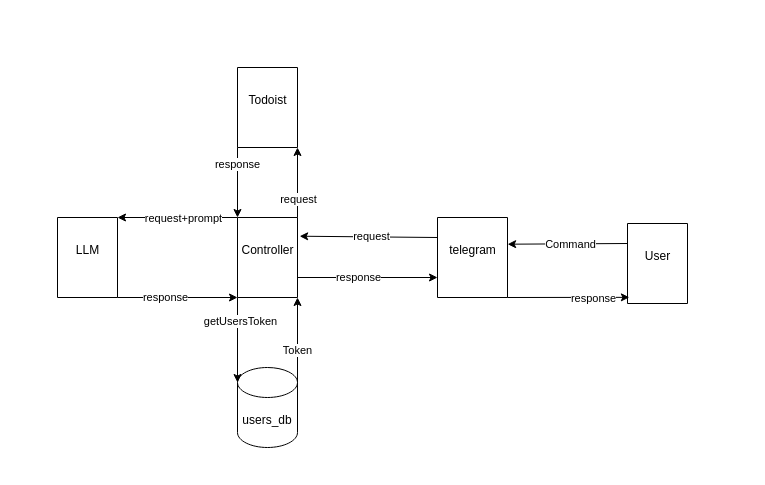
Before: TodoistBot.drawio in kargamant/TodoistBot, a draw.io diagram. Source tidied: cells renumbered, new cells numbered last; positions are measured from the earlier drawing's top-left corner, leaving out a move shared by most shapes. Both pictures are drawn from the tidied source at 100%, with x=0, y=0 at pixel (57, 67).
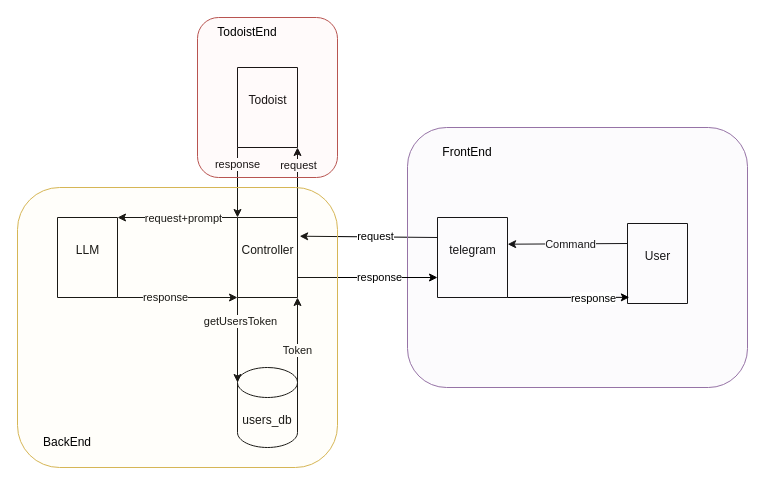
The same page after the edit.

Commit message:
Added sections to diagram

Unchanged cells that the change refers to:
```xml
<mxCell id="8" style="endArrow=classic;html=1;rounded=0;entryX=0.902;entryY=0.024;entryDx=0;entryDy=0;entryPerimeter=0;exitX=0;exitY=0.25;exitDx=0;exitDy=0;" parent="1" edge="1" source="4" target="7">
  <mxGeometry relative="1" as="geometry" />
</mxCell>
<mxCell id="19" style="endArrow=classic;html=1;rounded=0;exitX=1;exitY=0;exitDx=0;exitDy=0;entryX=1;entryY=1;entryDx=0;entryDy=0;" parent="1" edge="1" source="6" target="2">
  <mxGeometry relative="1" as="geometry" />
</mxCell>
<mxCell id="29" style="endArrow=classic;html=1;rounded=0;exitX=1;exitY=0.75;exitDx=0;exitDy=0;entryX=0;entryY=0.75;entryDx=0;entryDy=0;" parent="1" edge="1" source="6" target="4">
  <mxGeometry relative="1" as="geometry" />
</mxCell>
```

What changed in the source:
```diff
@@
     <mxCell id="9" value="request" style="edgeLabel;html=1;align=center;verticalAlign=middle;" parent="8" vertex="1">
       <mxGeometry x="-0.03" relative="1" as="geometry">
-        <mxPoint y="-1" as="offset" />
+        <mxPoint x="4" y="-1" as="offset" />
       </mxGeometry>
     </mxCell>
@@
     <mxCell id="20" value="request" style="edgeLabel;html=1;align=center;verticalAlign=middle;" parent="19" vertex="1">
       <mxGeometry x="-0.07" relative="1" as="geometry">
-        <mxPoint y="14" as="offset" />
+        <mxPoint y="-20" as="offset" />
       </mxGeometry>
     </mxCell>
@@
+    <mxCell id="33" style="rounded=1;whiteSpace=wrap;html=1;fillOpacity=10;fillColor=#e1d5e7;strokeColor=#9673a6;" parent="1" vertex="1">
+      <mxGeometry x="350" y="60" width="340" height="260" as="geometry" />
+    </mxCell>
@@
     <mxCell id="30" value="response" style="edgeLabel;html=1;align=center;verticalAlign=middle;" parent="29" vertex="1">
-      <mxGeometry x="-0.15" y="1" relative="1" as="geometry" />
+      <mxGeometry x="-0.15" y="1" relative="1" as="geometry">
+        <mxPoint x="21" as="offset" />
+      </mxGeometry>
     </mxCell>
@@
+    <mxCell id="34" value="FrontE&lt;span style=&quot;background-color: initial;&quot;&gt;nd&lt;/span&gt;" style="text;html=1;align=center;verticalAlign=middle;whiteSpace=wrap;rounded=0;" parent="1" vertex="1">
+      <mxGeometry x="380" y="70" width="60" height="30" as="geometry" />
+    </mxCell>
+    <mxCell id="35" style="rounded=1;whiteSpace=wrap;html=1;fillOpacity=10;fillColor=#fff2cc;strokeColor=#d6b656;" parent="1" vertex="1">
+      <mxGeometry x="-40" y="120" width="320" height="280" as="geometry" />
+    </mxCell>
+    <mxCell id="36" value="BackEnd" style="text;html=1;align=center;verticalAlign=middle;whiteSpace=wrap;rounded=0;" parent="1" vertex="1">
+      <mxGeometry x="-20" y="360" width="60" height="30" as="geometry" />
+    </mxCell>
+    <mxCell id="37" style="rounded=1;whiteSpace=wrap;html=1;fillOpacity=10;fillColor=#f8cecc;strokeColor=#b85450;" parent="1" vertex="1">
+      <mxGeometry x="140" y="-50" width="140" height="160" as="geometry" />
+    </mxCell>
+    <mxCell id="38" value="TodoistEnd" style="text;html=1;align=center;verticalAlign=middle;whiteSpace=wrap;rounded=0;" parent="1" vertex="1">
+      <mxGeometry x="160" y="-50" width="60" height="30" as="geometry" />
+    </mxCell>
```
